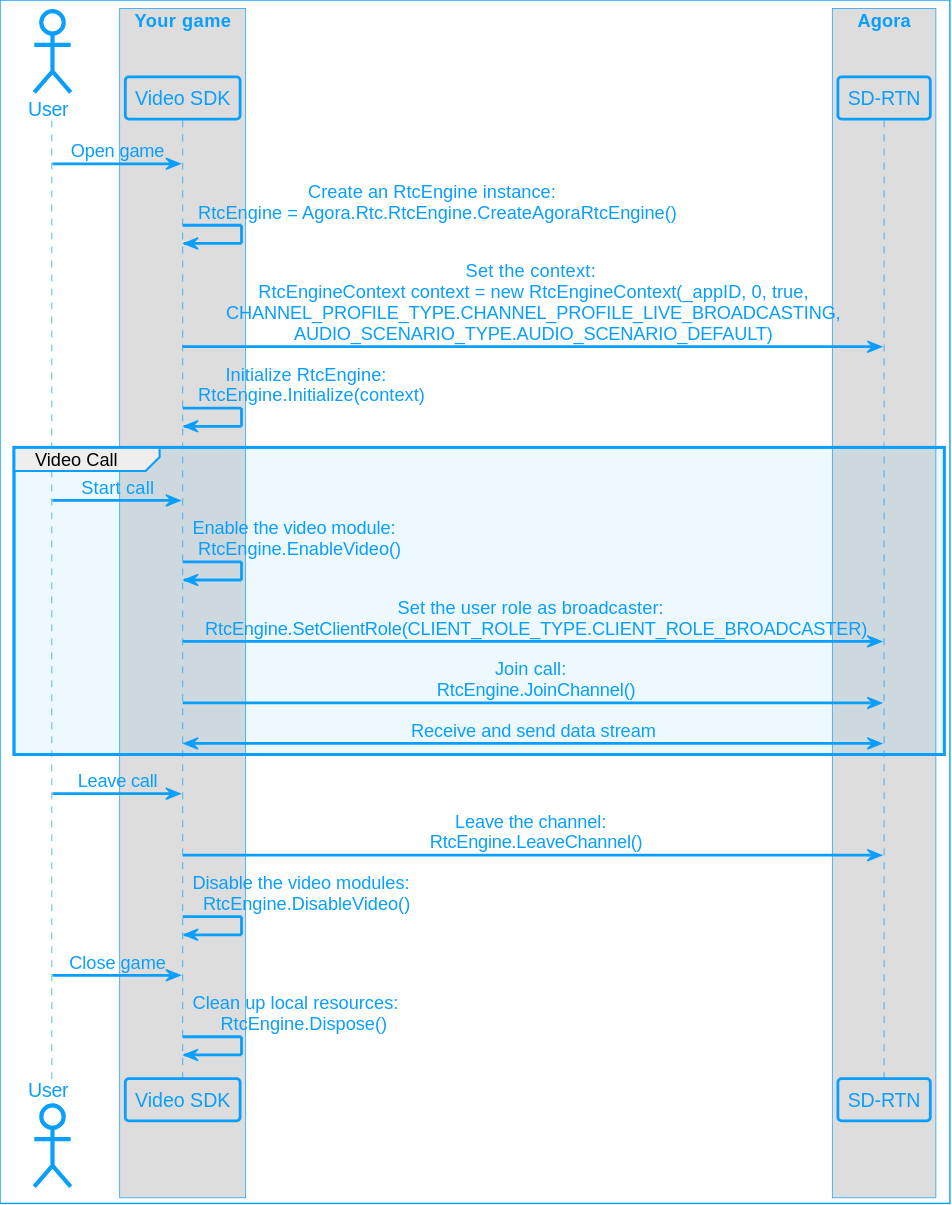
AgoraIO/Docs-Source keeps this PlantUML diagram as assets/images/video-sdk/video-call-logic-unity.svg. Above is the earlier version. Source of this version:
```plantuml
@startuml
!include agora_skin.iuml

actor "User" as USR

box "Your game"

participant "Video SDK" as APP

end box

box "Agora"

participant "SD-RTN" as API

end box

USR -> APP: Open game
APP -> APP: Create an RtcEngine instance: \n RtcEngine = Agora.Rtc.RtcEngine.CreateAgoraRtcEngine()
APP -> API: Set the context: \n RtcEngineContext context = new RtcEngineContext(_appID, 0, true, \n CHANNEL_PROFILE_TYPE.CHANNEL_PROFILE_LIVE_BROADCASTING, \nAUDIO_SCENARIO_TYPE.AUDIO_SCENARIO_DEFAULT)
APP -> APP: Initialize RtcEngine: \n RtcEngine.Initialize(context)

group Video Call
USR -> APP: Start call
APP -> APP: Enable the video module: \n RtcEngine.EnableVideo()
APP -> API: Set the user role as broadcaster: \n RtcEngine.SetClientRole(CLIENT_ROLE_TYPE.CLIENT_ROLE_BROADCASTER)
APP -> API: Join call: \n RtcEngine.JoinChannel()
APP <-> API: Receive and send data stream
end

USR -> APP: Leave call
APP -> API: Leave the channel: \n RtcEngine.LeaveChannel()
APP -> APP: Disable the video modules: \n RtcEngine.DisableVideo()

USR -> APP: Close game
APP -> APP: Clean up local resources: \n  RtcEngine.Dispose()
@enduml
```
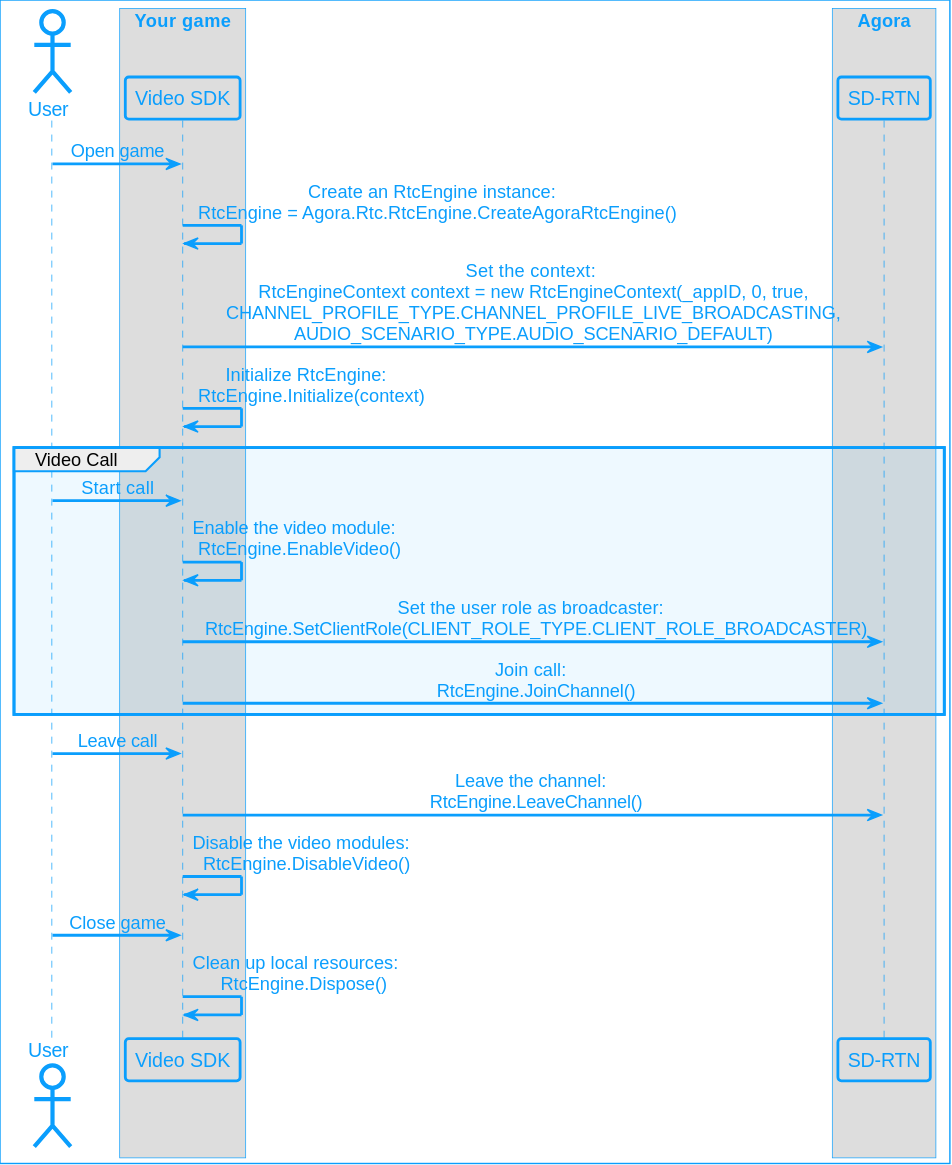
The same file after the commit.

Diff of the diagram source:
```diff
@@ -25,7 +25,6 @@
 APP -> APP: Enable the video module: \n RtcEngine.EnableVideo()
 APP -> API: Set the user role as broadcaster: \n RtcEngine.SetClientRole(CLIENT_ROLE_TYPE.CLIENT_ROLE_BROADCASTER)
 APP -> API: Join call: \n RtcEngine.JoinChannel()
-APP <-> API: Receive and send data stream
 end
 
 USR -> APP: Leave call
```
